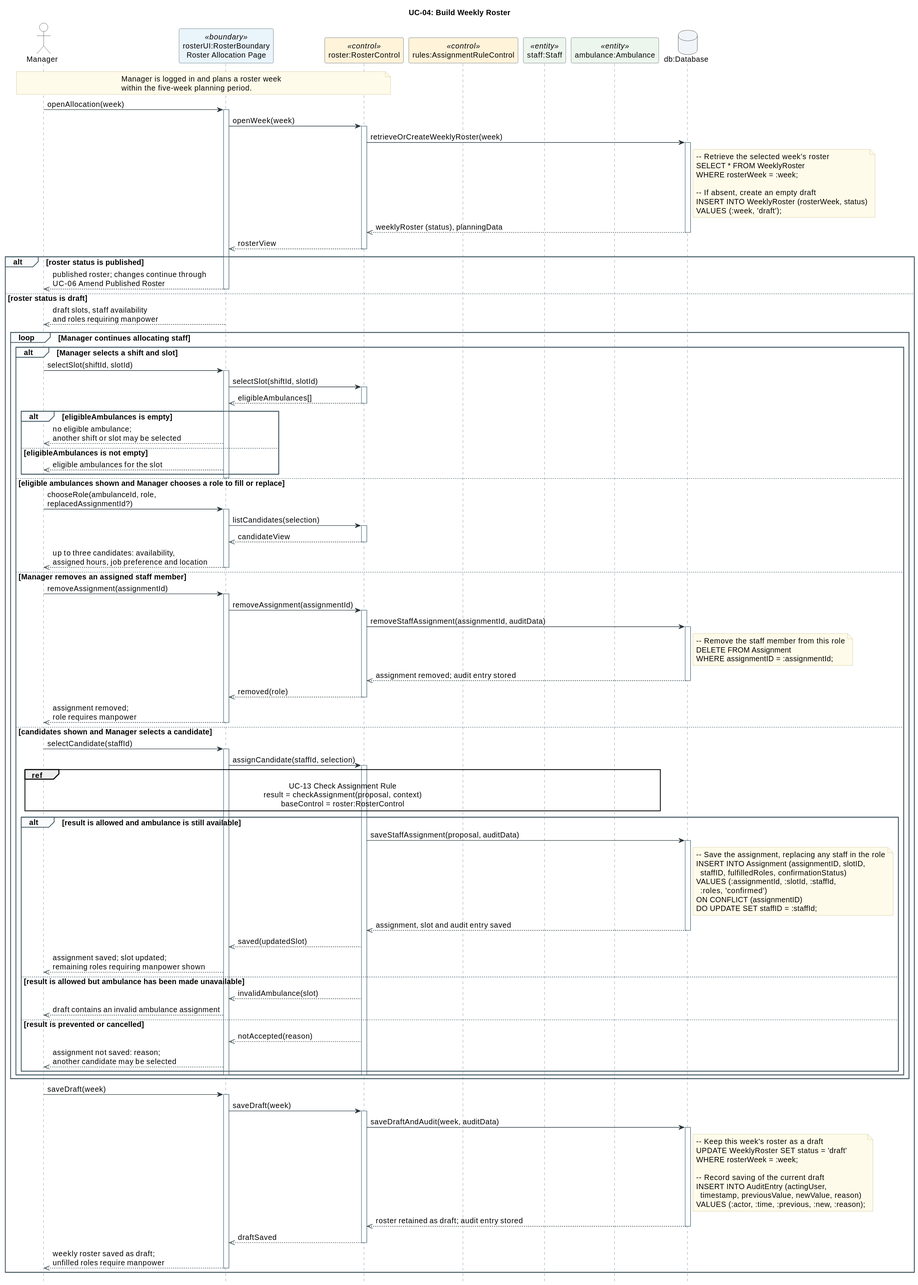
Before: sequence-diagrams/2026-10-07_23-40-00/uc-04-build-weekly-roster.svg, a diagram exported from PlantUML (Patriarch-Wong/IntroSE).
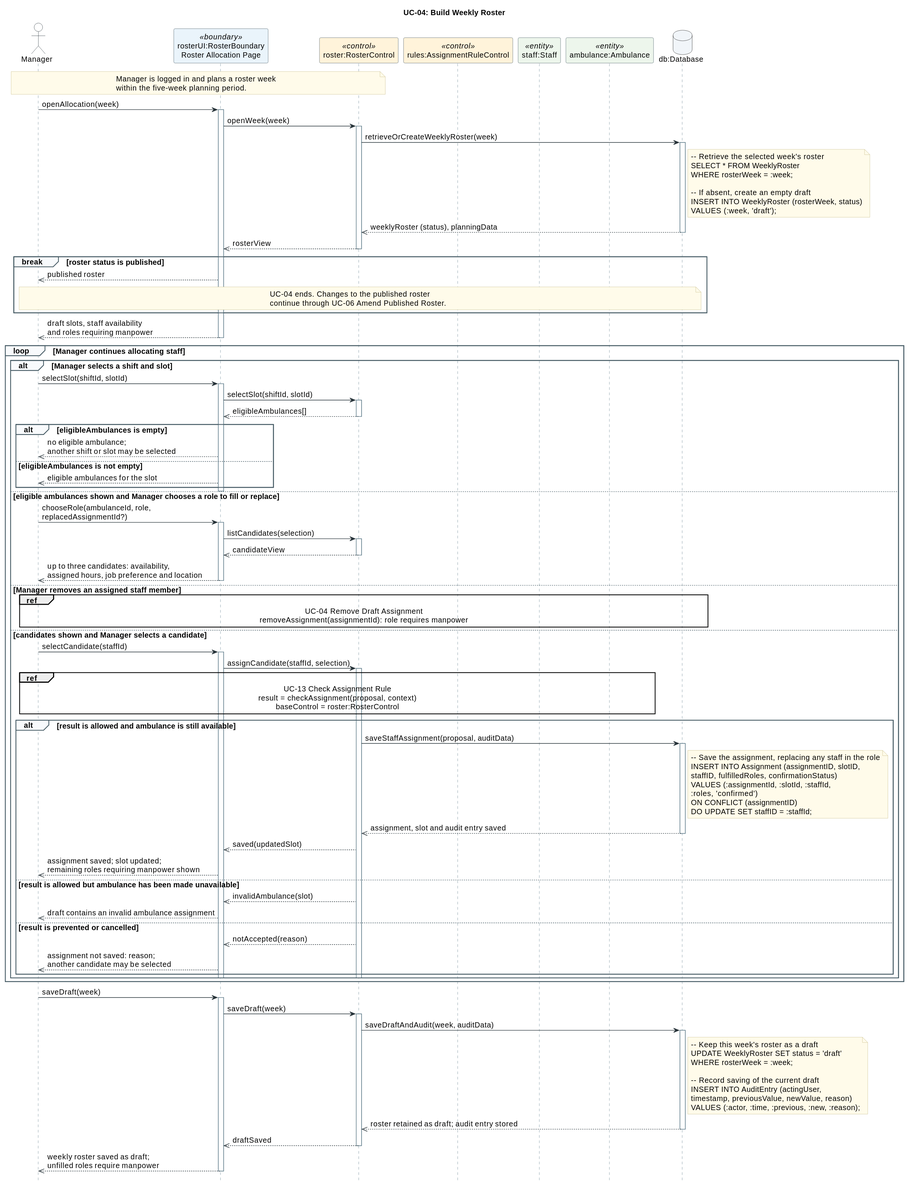
After the commit.

Commit message:
Restructure UC-04 for nesting and length rules; extract removal interaction

The edit, as a diff of the source:
```diff
@@ -57,116 +57,106 @@
 roster -->> rosterUI: rosterView
 deactivate roster
 
-alt roster status is published
-  rosterUI -->> manager: published roster; changes continue through\nUC-06 Amend Published Roster
-  deactivate rosterUI
-else roster status is draft
-  rosterUI -->> manager: draft slots, staff availability\nand roles requiring manpower
-  deactivate rosterUI
+break roster status is published
+  rosterUI -->> manager: published roster
+  note over manager, db
+    UC-04 ends. Changes to the published roster
+    continue through UC-06 Amend Published Roster.
+  end note
+end
 
-  loop Manager continues allocating staff
-    alt Manager selects a shift and slot
-      manager -> rosterUI: selectSlot(shiftId, slotId)
-      activate rosterUI
-      rosterUI -> roster: selectSlot(shiftId, slotId)
-      activate roster
-      roster -->> rosterUI: eligibleAmbulances[]
-      deactivate roster
-      alt eligibleAmbulances is empty
-        rosterUI -->> manager: no eligible ambulance;\nanother shift or slot may be selected
-      else eligibleAmbulances is not empty
-        rosterUI -->> manager: eligible ambulances for the slot
-      end
-      deactivate rosterUI
+rosterUI -->> manager: draft slots, staff availability\nand roles requiring manpower
+deactivate rosterUI
 
-    else eligible ambulances shown and Manager chooses a role to fill or replace
-      manager -> rosterUI: chooseRole(ambulanceId, role,\nreplacedAssignmentId?)
-      activate rosterUI
-      rosterUI -> roster: listCandidates(selection)
-      activate roster
-      roster -->> rosterUI: candidateView
-      deactivate roster
-      rosterUI -->> manager: up to three candidates: availability,\nassigned hours, job preference and location
-      deactivate rosterUI
+loop Manager continues allocating staff
+  alt Manager selects a shift and slot
+    manager -> rosterUI: selectSlot(shiftId, slotId)
+    activate rosterUI
+    rosterUI -> roster: selectSlot(shiftId, slotId)
+    activate roster
+    roster -->> rosterUI: eligibleAmbulances[]
+    deactivate roster
+    alt eligibleAmbulances is empty
+      rosterUI -->> manager: no eligible ambulance;\nanother shift or slot may be selected
+    else eligibleAmbulances is not empty
+      rosterUI -->> manager: eligible ambulances for the slot
+    end
+    deactivate rosterUI
 
-    else Manager removes an assigned staff member
-      manager -> rosterUI: removeAssignment(assignmentId)
-      activate rosterUI
-      rosterUI -> roster: removeAssignment(assignmentId)
-      activate roster
-      roster -> db: removeStaffAssignment(assignmentId, auditData)
+  else eligible ambulances shown and Manager chooses a role to fill or replace
+    manager -> rosterUI: chooseRole(ambulanceId, role,\nreplacedAssignmentId?)
+    activate rosterUI
+    rosterUI -> roster: listCandidates(selection)
+    activate roster
+    roster -->> rosterUI: candidateView
+    deactivate roster
+    rosterUI -->> manager: up to three candidates: availability,\nassigned hours, job preference and location
+    deactivate rosterUI
+
+  else Manager removes an assigned staff member
+    ref over manager, rosterUI, roster, db
+      UC-04 Remove Draft Assignment
+      removeAssignment(assignmentId): role requires manpower
+    end ref
+
+  else candidates shown and Manager selects a candidate
+    manager -> rosterUI: selectCandidate(staffId)
+    activate rosterUI
+    rosterUI -> roster: assignCandidate(staffId, selection)
+    activate roster
+    ref over manager, rosterUI, roster, rules, staff, ambulance
+      UC-13 Check Assignment Rule
+      result = checkAssignment(proposal, context)
+      baseControl = roster:RosterControl
+    end ref
+    alt result is allowed and ambulance is still available
+      roster -> db: saveStaffAssignment(proposal, auditData)
       activate db
       note right of db
--- Remove the staff member from this role
-DELETE FROM Assignment
-WHERE assignmentID = :assignmentId;
-      end note
-      db -->> roster: assignment removed; audit entry stored
-      deactivate db
-      roster -->> rosterUI: removed(role)
-      deactivate roster
-      rosterUI -->> manager: assignment removed;\nrole requires manpower
-      deactivate rosterUI
-
-    else candidates shown and Manager selects a candidate
-      manager -> rosterUI: selectCandidate(staffId)
-      activate rosterUI
-      rosterUI -> roster: assignCandidate(staffId, selection)
-      activate roster
-      ref over manager, rosterUI, roster, rules, staff, ambulance
-        UC-13 Check Assignment Rule
-        result = checkAssignment(proposal, context)
-        baseControl = roster:RosterControl
-      end ref
-      alt result is allowed and ambulance is still available
-        roster -> db: saveStaffAssignment(proposal, auditData)
-        activate db
-        note right of db
 -- Save the assignment, replacing any staff in the role
 INSERT INTO Assignment (assignmentID, slotID,
-  staffID, fulfilledRoles, confirmationStatus)
+staffID, fulfilledRoles, confirmationStatus)
 VALUES (:assignmentId, :slotId, :staffId,
-  :roles, 'confirmed')
+:roles, 'confirmed')
 ON CONFLICT (assignmentID)
 DO UPDATE SET staffID = :staffId;
-        end note
-        db -->> roster: assignment, slot and audit entry saved
-        deactivate db
-        roster -->> rosterUI: saved(updatedSlot)
-        rosterUI -->> manager: assignment saved; slot updated;\nremaining roles requiring manpower shown
-      else result is allowed but ambulance has been made unavailable
-        roster -->> rosterUI: invalidAmbulance(slot)
-        rosterUI -->> manager: draft contains an invalid ambulance assignment
-      else result is prevented or cancelled
-        roster -->> rosterUI: notAccepted(reason)
-        rosterUI -->> manager: assignment not saved: reason;\nanother candidate may be selected
-      end
-      deactivate roster
-      deactivate rosterUI
+      end note
+      db -->> roster: assignment, slot and audit entry saved
+      deactivate db
+      roster -->> rosterUI: saved(updatedSlot)
+      rosterUI -->> manager: assignment saved; slot updated;\nremaining roles requiring manpower shown
+    else result is allowed but ambulance has been made unavailable
+      roster -->> rosterUI: invalidAmbulance(slot)
+      rosterUI -->> manager: draft contains an invalid ambulance assignment
+    else result is prevented or cancelled
+      roster -->> rosterUI: notAccepted(reason)
+      rosterUI -->> manager: assignment not saved: reason;\nanother candidate may be selected
     end
+    deactivate roster
+    deactivate rosterUI
   end
+end
 
-  manager -> rosterUI: saveDraft(week)
-  activate rosterUI
-  rosterUI -> roster: saveDraft(week)
-  activate roster
-  roster -> db: saveDraftAndAudit(week, auditData)
-  activate db
-  note right of db
+manager -> rosterUI: saveDraft(week)
+activate rosterUI
+rosterUI -> roster: saveDraft(week)
+activate roster
+roster -> db: saveDraftAndAudit(week, auditData)
+activate db
+note right of db
 -- Keep this week's roster as a draft
 UPDATE WeeklyRoster SET status = 'draft'
 WHERE rosterWeek = :week;
 
 -- Record saving of the current draft
 INSERT INTO AuditEntry (actingUser,
-  timestamp, previousValue, newValue, reason)
+timestamp, previousValue, newValue, reason)
 VALUES (:actor, :time, :previous, :new, :reason);
-  end note
-  db -->> roster: roster retained as draft; audit entry stored
-  deactivate db
-  roster -->> rosterUI: draftSaved
-  deactivate roster
-  rosterUI -->> manager: weekly roster saved as draft;\nunfilled roles require manpower
-  deactivate rosterUI
-end
+end note
+db -->> roster: roster retained as draft; audit entry stored
+deactivate db
+roster -->> rosterUI: draftSaved
+deactivate roster
+rosterUI -->> manager: weekly roster saved as draft;\nunfilled roles require manpower
+deactivate rosterUI
 @enduml
```
